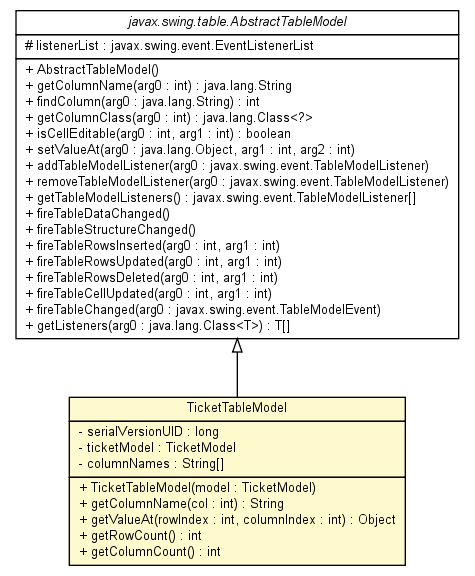
Dr4K4n/TroubleTicketManagement keeps this Graphviz diagram as doc/de/articmodding/TroubleTicket/TicketTableModel.png. Above is the earlier version. Its source is kept beside it as doc/de/articmodding/TroubleTicket/TicketTableModel.dot.
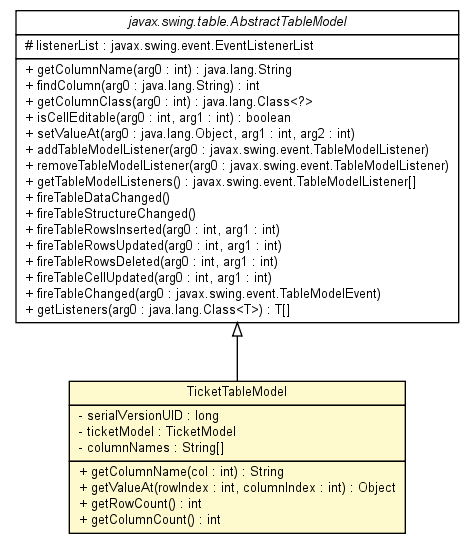
Later version of the same file.

Change to the diagram source:
```diff
@@ -14,7 +14,6 @@
 <tr><td align="left" balign="left"> - columnNames : String[] </td></tr>
 		</table></td></tr>
 		<tr><td><table border="0" cellspacing="0" cellpadding="1">
-<tr><td align="left" balign="left"> + TicketTableModel(model : TicketModel) </td></tr>
 <tr><td align="left" balign="left"> + getColumnName(col : int) : String </td></tr>
 <tr><td align="left" balign="left"> + getValueAt(rowIndex : int, columnIndex : int) : Object </td></tr>
 <tr><td align="left" balign="left"> + getRowCount() : int </td></tr>
@@ -30,7 +29,6 @@
 <tr><td align="left" balign="left"> # listenerList : javax.swing.event.EventListenerList </td></tr>
 		</table></td></tr>
 		<tr><td><table border="0" cellspacing="0" cellpadding="1">
-<tr><td align="left" balign="left"> + AbstractTableModel() </td></tr>
 <tr><td align="left" balign="left"> + getColumnName(arg0 : int) : java.lang.String </td></tr>
 <tr><td align="left" balign="left"> + findColumn(arg0 : java.lang.String) : int </td></tr>
 <tr><td align="left" balign="left"> + getColumnClass(arg0 : int) : java.lang.Class&lt;?&gt; </td></tr>
```
